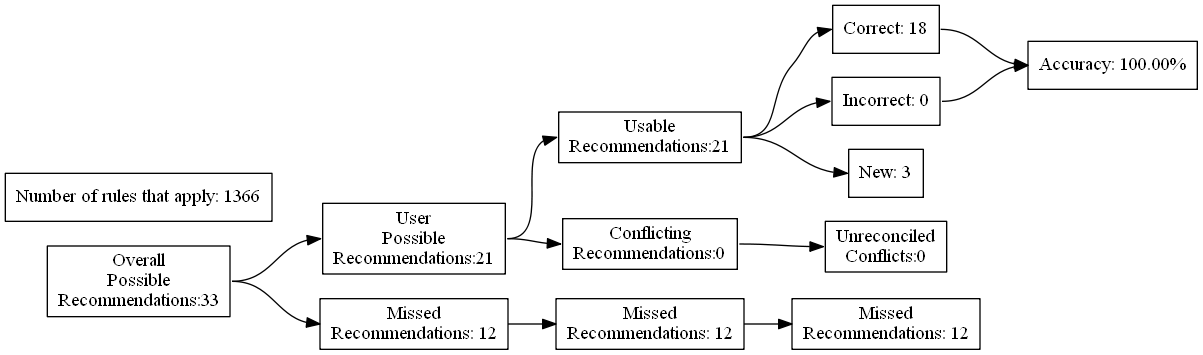
Before: test_renders/70.gv.png, a diagram exported from Graphviz (ZaxR/ibd_diet_analysis). Its source is kept beside it as test_renders/70.gv.
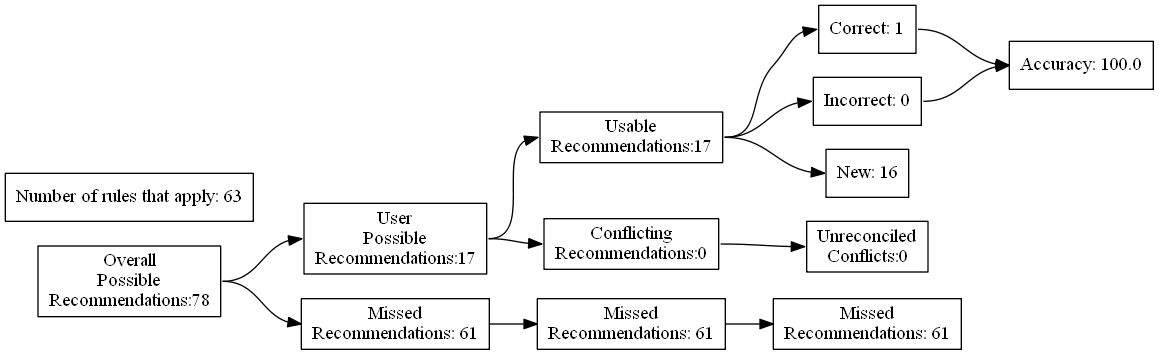
The same diagram one commit later.

The edit, as a diff of the source:
```diff
@@ -4,27 +4,27 @@
 	edge [headport=w tailport=e]
 		A [label="Overall
 Possible
-Recommendations:33"]
+Recommendations:78"]
 		B [label="User
 Possible
-Recommendations:21"]
+Recommendations:17"]
 		C [label="Missed
-Recommendations: 12"]
+Recommendations: 61"]
 		D [label="Usable
-Recommendations:21"]
+Recommendations:17"]
 		E [label="Conflicting
 Recommendations:0"]
 		J [label="Missed
-Recommendations: 12"]
+Recommendations: 61"]
 		M [label="Unreconciled
 Conflicts:0"]
-		F [label="Correct: 18"]
+		F [label="Correct: 1"]
 		G [label="Incorrect: 0"]
-		H [label="New: 3"]
+		H [label="New: 16"]
 		K [label="Missed
-Recommendations: 12"]
-		I [label="Accuracy: 100.00%"]
-		l [label="Number of rules that apply: 1366"]
+Recommendations: 61"]
+		I [label="Accuracy: 100.0"]
+		l [label="Number of rules that apply: 63"]
 			A -> B
 			A -> C
 			B -> D
```
